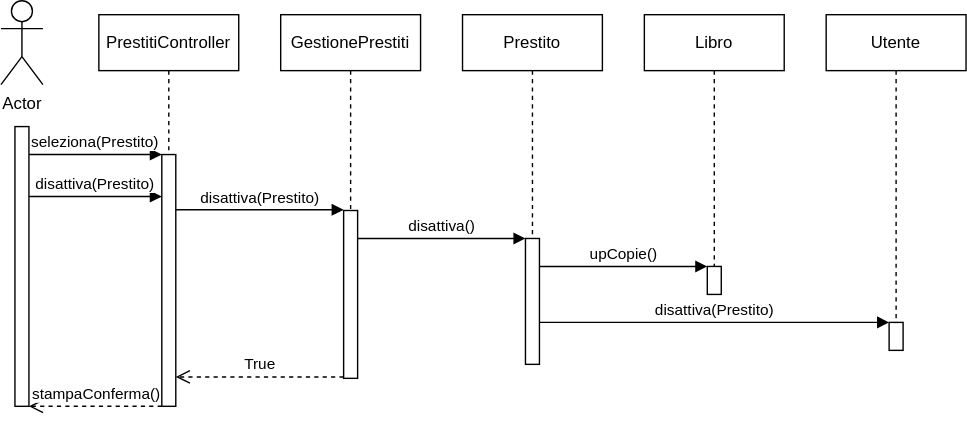
Before: Design/DiagrammaSequenzaRestituzione.svg, a diagram exported from draw.io (doppiaaa/Progetto-Biblioteca-Ingegneria-del-Software). Source tidied: cells renumbered, new cells last; positions are measured from the earlier drawing's top-left corner, leaving out a move shared by most shapes.
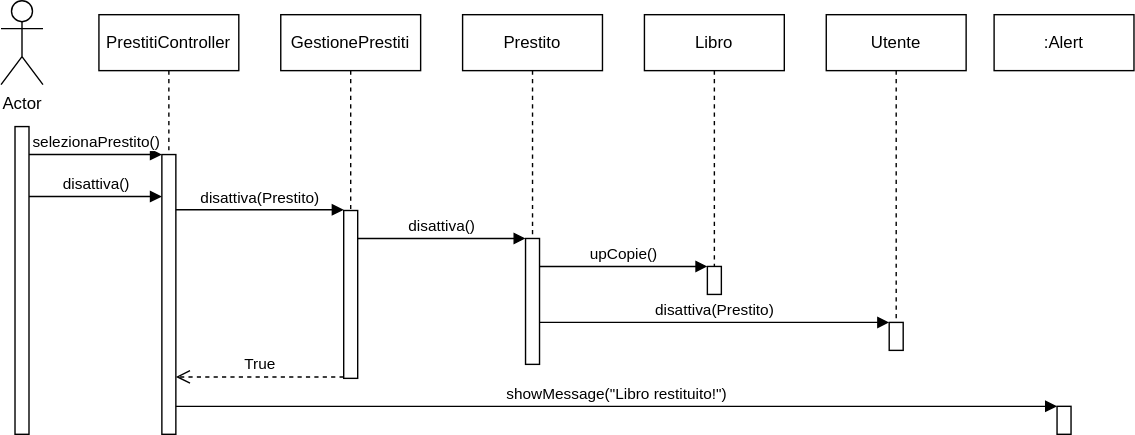
The same diagram one commit later.

The edit, as a diff of the source:
```diff
@@ -6,21 +6,21 @@
       <mxGeometry width="30" height="60" as="geometry" />
     </mxCell>
     <mxCell id="3" style="html=1;perimeter=orthogonalPerimeter;targetShapes=umlLifeline;newEdgeStyle={&quot;curved&quot;:0,&quot;rounded&quot;:0};" parent="1" vertex="1">
-      <mxGeometry x="10" y="90" width="10" height="200" as="geometry" />
+      <mxGeometry x="10" y="90" width="10" height="220" as="geometry" />
     </mxCell>
     <mxCell id="4" value="PrestitiController" style="shape=umlLifeline;perimeter=lifelinePerimeter;whiteSpace=wrap;html=1;newEdgeStyle={&quot;curved&quot;:0,&quot;rounded&quot;:0};" parent="1" vertex="1">
       <mxGeometry x="70" y="10" width="100" height="100" as="geometry" />
     </mxCell>
-    <mxCell id="5" value="seleziona(Prestito)" style="html=1;verticalAlign=bottom;endArrow=block;curved=0;rounded=0;" parent="1" edge="1">
+    <mxCell id="5" value="selezionaPrestito()" style="html=1;verticalAlign=bottom;endArrow=block;curved=0;rounded=0;" parent="1" edge="1">
       <mxGeometry relative="1" as="geometry">
         <mxPoint x="20" y="110" as="sourcePoint" />
         <mxPoint x="115" y="110" as="targetPoint" />
       </mxGeometry>
     </mxCell>
     <mxCell id="6" style="html=1;perimeter=orthogonalPerimeter;targetShapes=umlLifeline;newEdgeStyle={&quot;curved&quot;:0,&quot;rounded&quot;:0};" parent="1" vertex="1">
-      <mxGeometry x="115" y="110" width="10" height="180" as="geometry" />
+      <mxGeometry x="115" y="110" width="10" height="200" as="geometry" />
     </mxCell>
-    <mxCell id="7" value="disattiva(Prestito)" style="html=1;verticalAlign=bottom;endArrow=block;curved=0;rounded=0;" parent="1" edge="1">
+    <mxCell id="7" value="disattiva()" style="html=1;verticalAlign=bottom;endArrow=block;curved=0;rounded=0;" parent="1" edge="1">
       <mxGeometry relative="1" as="geometry">
         <mxPoint x="20" y="140" as="sourcePoint" />
         <mxPoint x="115" y="140" as="targetPoint" />
@@ -77,11 +77,16 @@
         <mxPoint x="125" y="269" as="targetPoint" />
       </mxGeometry>
     </mxCell>
-    <mxCell id="21" value="stampaConferma()" style="html=1;verticalAlign=bottom;endArrow=open;dashed=1;endSize=8;curved=0;rounded=0;" parent="1" edge="1">
-      <mxGeometry relative="1" as="geometry">
-        <mxPoint x="115" y="290" as="sourcePoint" />
-        <mxPoint x="20" y="290" as="targetPoint" />
-      </mxGeometry>
-    </mxCell>
+    <mxCell id="22" value=":Alert" style="shape=umlLifeline;perimeter=lifelinePerimeter;whiteSpace=wrap;html=1;newEdgeStyle={&quot;curved&quot;:0,&quot;rounded&quot;:0};" parent="1" vertex="1">
+      <mxGeometry x="710" y="10" width="100" height="40" as="geometry" />
+    </mxCell>
+    <mxCell id="23" value="showMessage(&quot;Libro restituito!&quot;)" style="html=1;verticalAlign=bottom;endArrow=block;curved=0;rounded=0;" parent="1" edge="1" target="24">
+      <mxGeometry relative="1" as="geometry">
+        <mxPoint x="125" y="290" as="sourcePoint" />
+      </mxGeometry>
+    </mxCell>
+    <mxCell id="24" style="html=1;points=[[0,0,0,0,5],[0,1,0,0,-5],[1,0,0,0,5],[1,1,0,0,-5]];perimeter=orthogonalPerimeter;outlineConnect=0;targetShapes=umlLifeline;portConstraint=eastwest;newEdgeStyle={&quot;curved&quot;:0,&quot;rounded&quot;:0};" parent="1" vertex="1">
+      <mxGeometry x="755" y="290" width="10" height="20" as="geometry" />
+    </mxCell>
   </root>
 </mxGraphModel>
```
